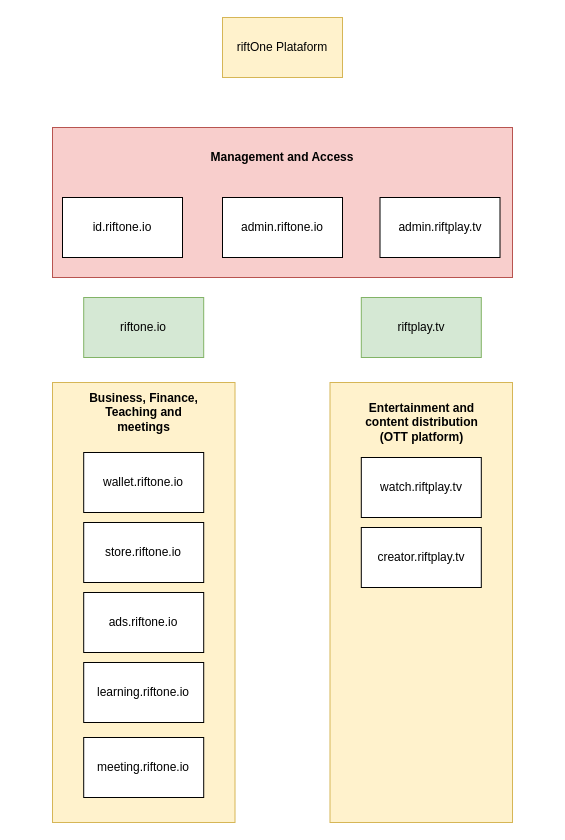
EricksonVaz/riftone-system keeps this draw.io diagram as Untitled Diagram.drawio. Above is the earlier version. Source tidied: cells renumbered, new cells numbered last; positions are measured from the earlier drawing's top-left corner, leaving out a move shared by most shapes. Both pictures are drawn from the tidied source at 100%, with x=0, y=0 at pixel (52, 17).
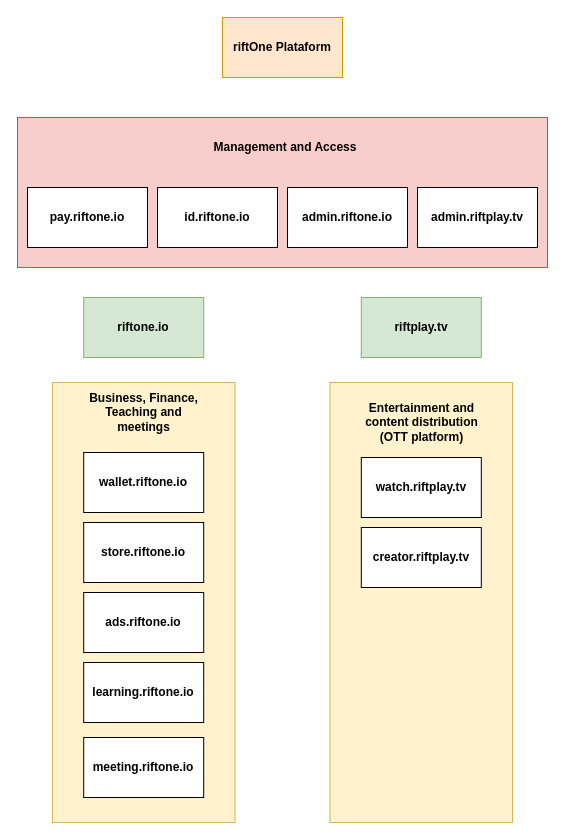
After the change.

Commit message:
add pay sistem in view

Diff of the diagram source:
```diff
@@
     <mxCell id="2" style="rounded=0;whiteSpace=wrap;html=1;fillColor=#f8cecc;strokeColor=#b85450;" parent="1" vertex="1">
-      <mxGeometry y="110" width="460" height="150" as="geometry" />
+      <mxGeometry x="-35" y="100" width="530" height="150" as="geometry" />
     </mxCell>
@@
-    <mxCell id="5" value="riftOne Plataform" style="rounded=0;whiteSpace=wrap;html=1;fillColor=#fff2cc;strokeColor=#d6b656;" parent="1" vertex="1">
+    <mxCell id="5" value="riftOne Plataform" style="rounded=0;whiteSpace=wrap;html=1;fillColor=#ffe6cc;strokeColor=#d79b00;fontStyle=1;" parent="1" vertex="1">
       <mxGeometry x="170" width="120" height="60" as="geometry" />
     </mxCell>
-    <mxCell id="6" value="riftone.io" style="rounded=0;whiteSpace=wrap;html=1;fillColor=#d5e8d4;strokeColor=#82b366;" parent="1" vertex="1">
+    <mxCell id="6" value="riftone.io" style="rounded=0;whiteSpace=wrap;html=1;fillColor=#d5e8d4;strokeColor=#82b366;fontStyle=1;" parent="1" vertex="1">
       <mxGeometry x="31.2" y="280" width="120" height="60" as="geometry" />
     </mxCell>
-    <mxCell id="7" value="riftplay.tv" style="rounded=0;whiteSpace=wrap;html=1;fillColor=#d5e8d4;strokeColor=#82b366;" parent="1" vertex="1">
+    <mxCell id="7" value="riftplay.tv" style="rounded=0;whiteSpace=wrap;html=1;fillColor=#d5e8d4;strokeColor=#82b366;fontStyle=1;" parent="1" vertex="1">
       <mxGeometry x="308.8" y="280" width="120" height="60" as="geometry" />
     </mxCell>
-    <mxCell id="8" value="&lt;div&gt;store.riftone.io&lt;/div&gt;" style="rounded=0;whiteSpace=wrap;html=1;" parent="1" vertex="1">
+    <mxCell id="8" value="&lt;div&gt;store.riftone.io&lt;/div&gt;" style="rounded=0;whiteSpace=wrap;html=1;fontStyle=1;" parent="1" vertex="1">
       <mxGeometry x="31.2" y="505" width="120" height="60" as="geometry" />
     </mxCell>
-    <mxCell id="9" value="ads.riftone.io" style="rounded=0;whiteSpace=wrap;html=1;" parent="1" vertex="1">
+    <mxCell id="9" value="ads.riftone.io" style="rounded=0;whiteSpace=wrap;html=1;fontStyle=1;" parent="1" vertex="1">
       <mxGeometry x="31.2" y="575" width="120" height="60" as="geometry" />
     </mxCell>
-    <mxCell id="10" value="learning.riftone.io" style="rounded=0;whiteSpace=wrap;html=1;" parent="1" vertex="1">
+    <mxCell id="10" value="learning.riftone.io" style="rounded=0;whiteSpace=wrap;html=1;fontStyle=1;" parent="1" vertex="1">
       <mxGeometry x="31.2" y="645" width="120" height="60" as="geometry" />
     </mxCell>
-    <mxCell id="11" value="wallet.riftone.io" style="rounded=0;whiteSpace=wrap;html=1;" parent="1" vertex="1">
+    <mxCell id="11" value="wallet.riftone.io" style="rounded=0;whiteSpace=wrap;html=1;fontStyle=1;" parent="1" vertex="1">
       <mxGeometry x="31.2" y="435" width="120" height="60" as="geometry" />
     </mxCell>
-    <mxCell id="12" value="admin.riftone.io" style="rounded=0;whiteSpace=wrap;html=1;" parent="1" vertex="1">
-      <mxGeometry x="170" y="180" width="120" height="60" as="geometry" />
+    <mxCell id="12" value="admin.riftone.io" style="rounded=0;whiteSpace=wrap;html=1;fontStyle=1;" parent="1" vertex="1">
+      <mxGeometry x="235" y="170" width="120" height="60" as="geometry" />
     </mxCell>
-    <mxCell id="13" value="admin.riftplay.tv" style="rounded=0;whiteSpace=wrap;html=1;" parent="1" vertex="1">
-      <mxGeometry x="327.5" y="180" width="120" height="60" as="geometry" />
+    <mxCell id="13" value="admin.riftplay.tv" style="rounded=0;whiteSpace=wrap;html=1;fontStyle=1;" parent="1" vertex="1">
+      <mxGeometry x="365" y="170" width="120" height="60" as="geometry" />
     </mxCell>
-    <mxCell id="14" value="watch.riftplay.tv" style="rounded=0;whiteSpace=wrap;html=1;" parent="1" vertex="1">
+    <mxCell id="14" value="watch.riftplay.tv" style="rounded=0;whiteSpace=wrap;html=1;fontStyle=1;" parent="1" vertex="1">
       <mxGeometry x="308.8" y="440" width="120" height="60" as="geometry" />
     </mxCell>
-    <mxCell id="15" value="creator.riftplay.tv" style="rounded=0;whiteSpace=wrap;html=1;" parent="1" vertex="1">
+    <mxCell id="15" value="creator.riftplay.tv" style="rounded=0;whiteSpace=wrap;html=1;fontStyle=1;" parent="1" vertex="1">
       <mxGeometry x="308.8" y="510" width="120" height="60" as="geometry" />
     </mxCell>
-    <mxCell id="16" value="id.riftone.io" style="rounded=0;whiteSpace=wrap;html=1;" parent="1" vertex="1">
-      <mxGeometry x="10" y="180" width="120" height="60" as="geometry" />
+    <mxCell id="16" value="id.riftone.io" style="rounded=0;whiteSpace=wrap;html=1;fontStyle=1;" parent="1" vertex="1">
+      <mxGeometry x="105" y="170" width="120" height="60" as="geometry" />
     </mxCell>
@@
     <mxCell id="19" value="Management and Access" style="text;html=1;strokeColor=none;fillColor=none;align=center;verticalAlign=middle;whiteSpace=wrap;rounded=0;fontColor=#000000;fontStyle=1;" parent="1" vertex="1">
-      <mxGeometry x="120" y="125" width="220" height="30" as="geometry" />
+      <mxGeometry x="122.5" y="115" width="220" height="30" as="geometry" />
     </mxCell>
-    <mxCell id="20" value="meeting.riftone.io" style="rounded=0;whiteSpace=wrap;html=1;" parent="1" vertex="1">
+    <mxCell id="20" value="meeting.riftone.io" style="rounded=0;whiteSpace=wrap;html=1;fontStyle=1;" parent="1" vertex="1">
       <mxGeometry x="31.2" y="720" width="120" height="60" as="geometry" />
     </mxCell>
+    <mxCell id="21" value="pay.riftone.io" style="rounded=0;whiteSpace=wrap;html=1;fontStyle=1;" parent="1" vertex="1">
+      <mxGeometry x="-25" y="170" width="120" height="60" as="geometry" />
+    </mxCell>
```
